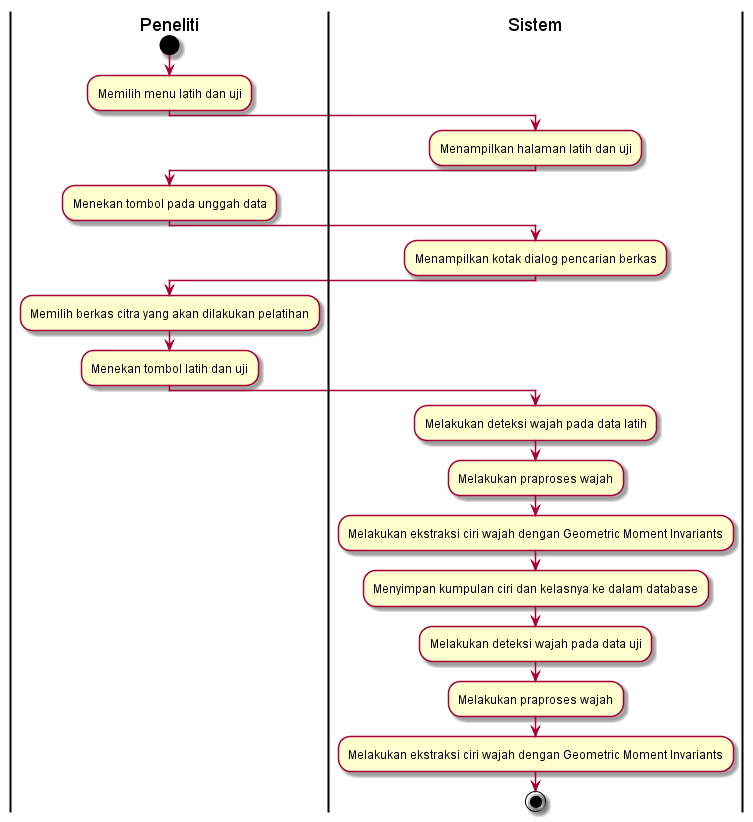
Above: diagram/AD_Ekstraksi_ciri.png in ayulestari10/gmisvm (PlantUML), before the change.
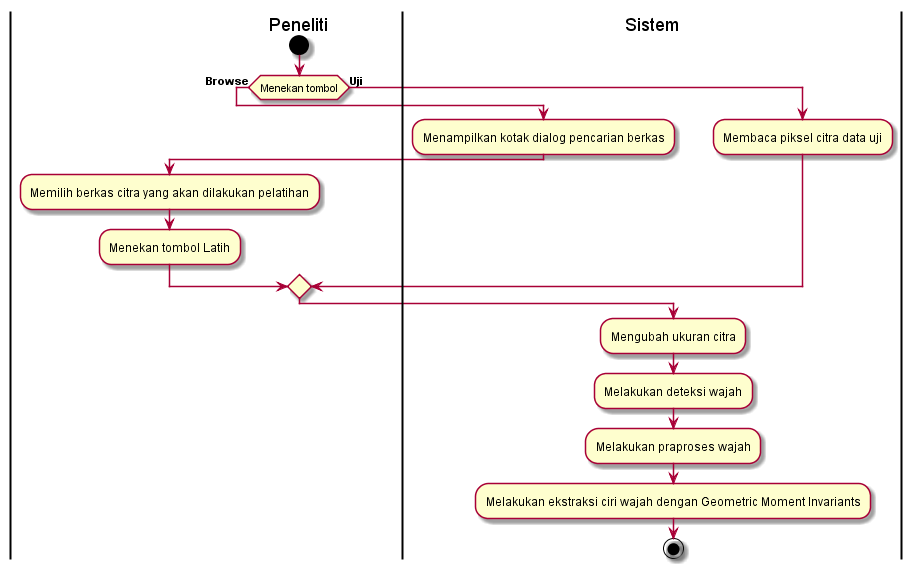
Later version of the same file.

What changed in the source:
```diff
@@ -1,31 +1,23 @@
 @startuml
-| Peneliti |
+|                                      Peneliti |
 start
-
-:Memilih menu latih dan uji;
-| Sistem |
-:Menampilkan halaman latih dan uji;
-| Peneliti |
-:Menekan tombol pada unggah data;
+|                                      Peneliti |
+if (Menekan tombol) then (**Browse**)
 | Sistem |
 :Menampilkan kotak dialog pencarian berkas;
-| Peneliti |
+|                                      Peneliti |
 :Memilih berkas citra yang akan dilakukan pelatihan;
-| Peneliti |
-:Menekan tombol latih dan uji;
+|                                      Peneliti |
+:Menekan tombol Latih;
 | Sistem |
-:Melakukan deteksi wajah pada data latih;
+
+else (**Uji          **)
 | Sistem |
+:Membaca piksel citra data uji;
+endif
+:Mengubah ukuran citra;
+:Melakukan deteksi wajah;
 :Melakukan praproses wajah;
-| Sistem |
-:Melakukan ekstraksi ciri wajah dengan Geometric Moment Invariants;
-| Sistem |
-:Menyimpan kumpulan ciri dan kelasnya ke dalam database;
-| Sistem |
-:Melakukan deteksi wajah pada data uji;
-| Sistem |
-:Melakukan praproses wajah;
-| Sistem |
 :Melakukan ekstraksi ciri wajah dengan Geometric Moment Invariants;
 
 stop
```
